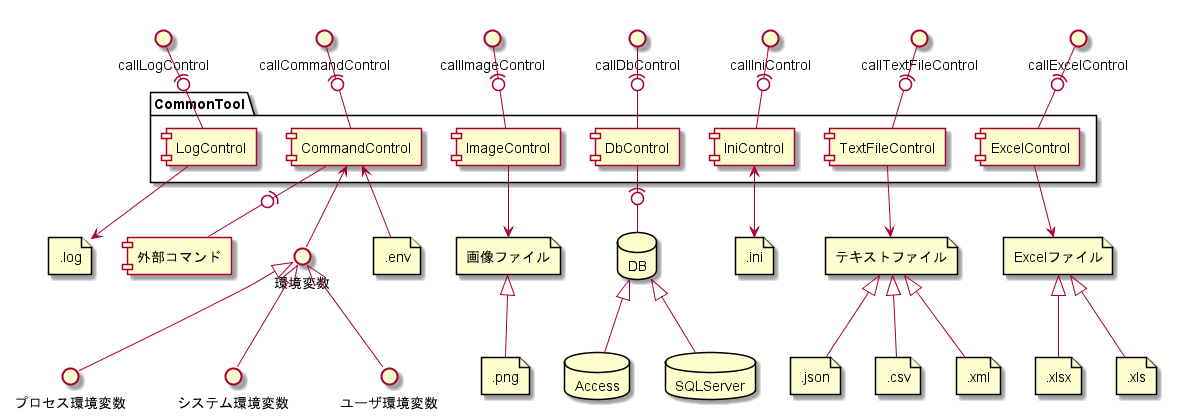
Earlier version of the PlantUML export doc/02_基本設計/img/コンポーネント図.png (hirorich/CommonTool).
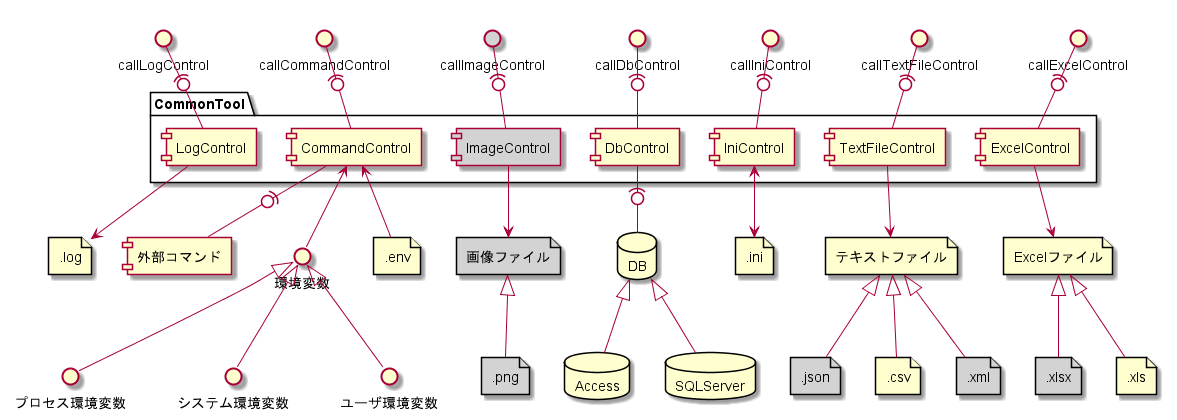
The same file after the commit.

The edit, as a diff of the source:
```diff
@@ -2,7 +2,7 @@
 
 package CommonTool {
   component CommandControl
-  component ImageControl
+  component ImageControl #lightgrey
   component DbControl
   component IniControl
   component TextFileControl
@@ -21,18 +21,18 @@
 interface ユーザ環境変数
 interface プロセス環境変数
 
-file 画像ファイル as image
+file 画像ファイル as image #lightgrey
 file テキストファイル as text
 file Excelファイル as excel
 file ".xls" as xls
-file ".xlsx" as xlsx
+file ".xlsx" as xlsx #lightgrey
 file ".log" as log
 file ".csv" as csv
-file ".xml" as xml
-file ".json" as json
+file ".xml" as xml #lightgrey
+file ".json" as json #lightgrey
 file ".ini" as ini
 file ".env" as env
-file .png as png
+file .png as png #lightgrey
 
 callLogControl -(0- LogControl
 LogControl --> log
@@ -45,6 +45,7 @@
 環境変数 <|-- ユーザ環境変数
 環境変数 <|-- プロセス環境変数
 
+interface callImageControl #lightgrey
 callImageControl -(0- ImageControl
 ImageControl --> image
 image <|-- png
```
